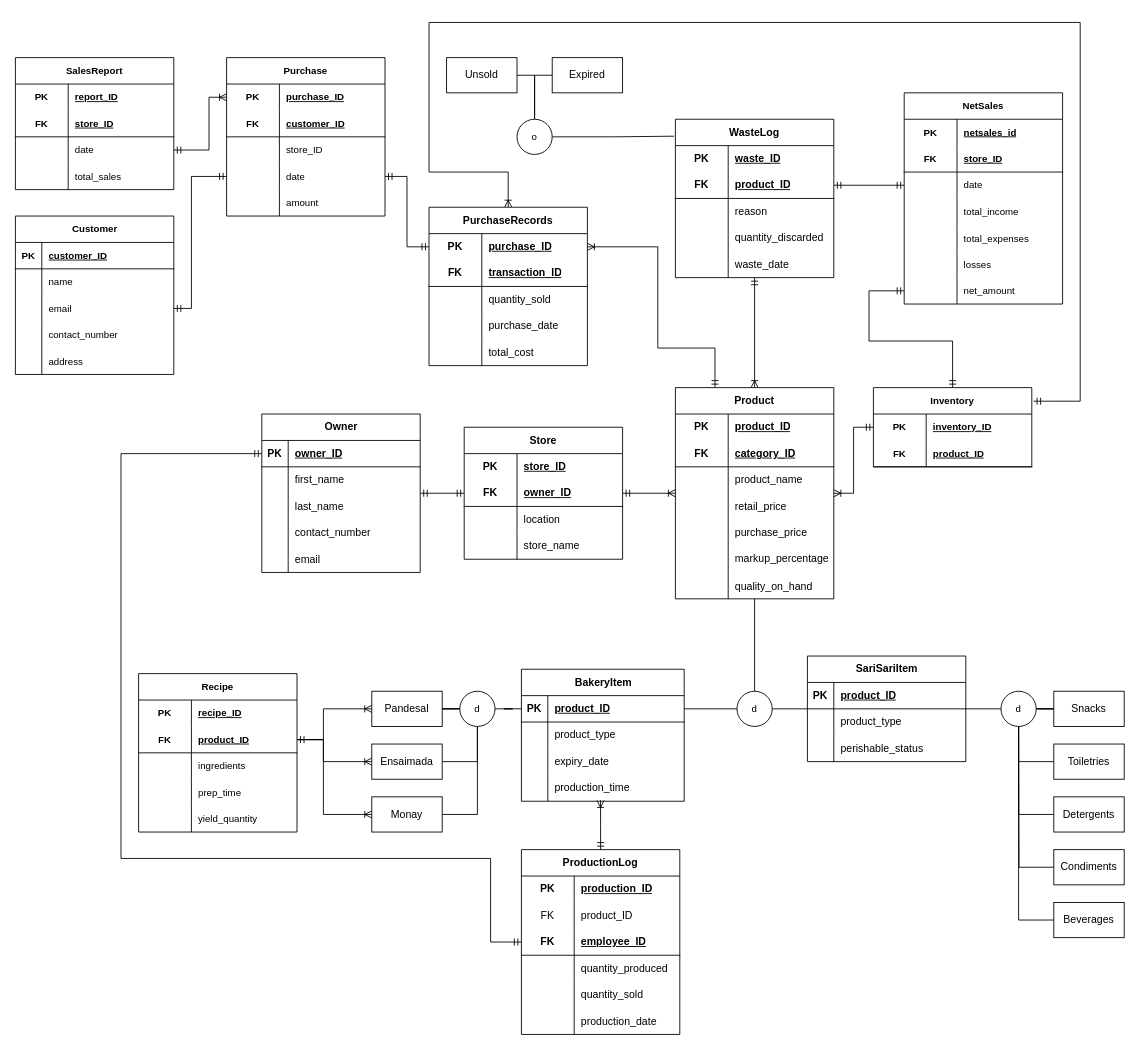
Earlier version of the draw.io diagram Reworked ERD.drawio (ConnedMaster/ITS131P). Source tidied: cells renumbered, new cells numbered last; positions are measured from the earlier drawing's top-left corner, leaving out a move shared by most shapes. Both pictures are drawn from the tidied source at 88%, with x=0, y=0 at pixel (15, 22).
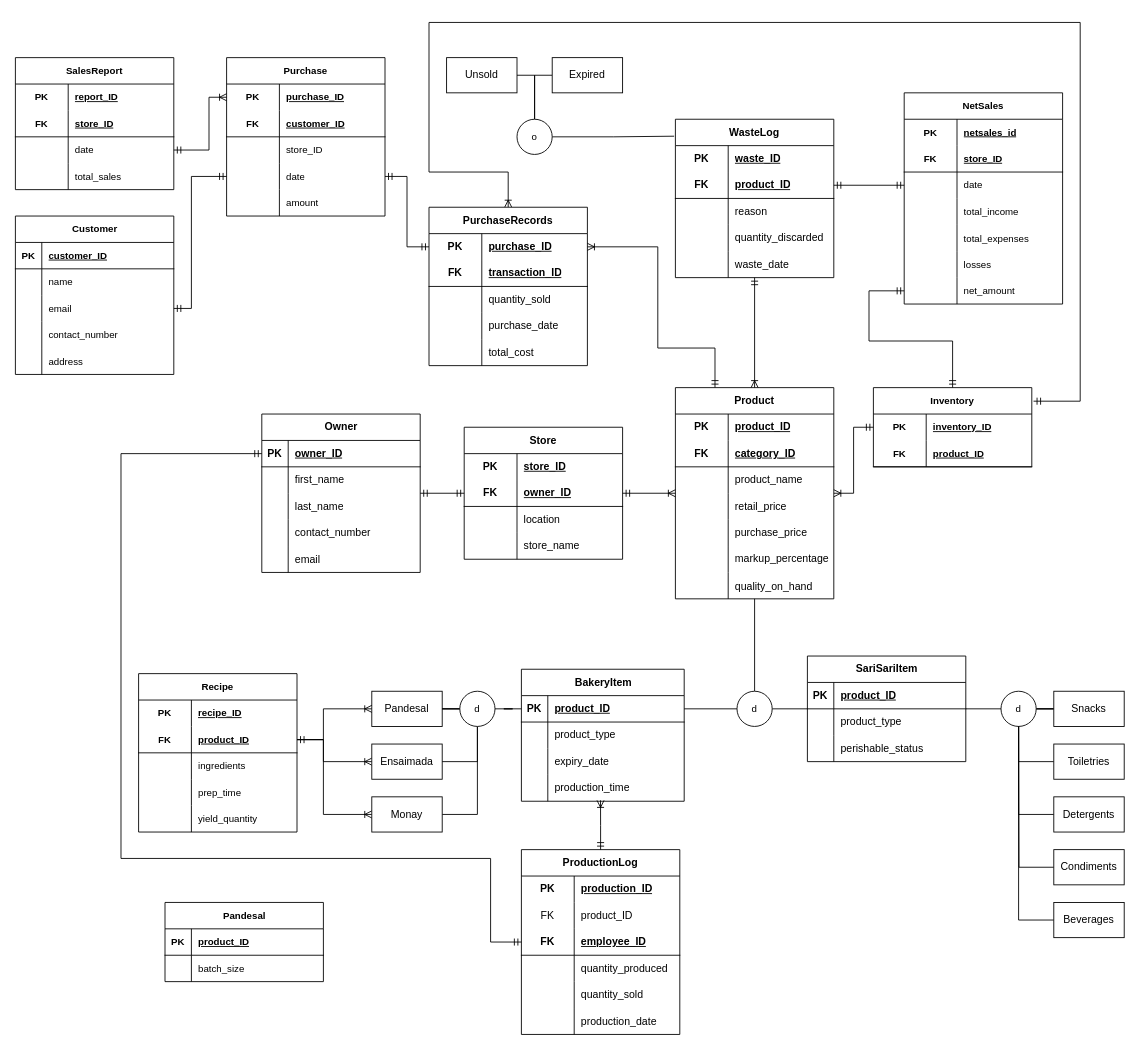
Above is the later version.

Diff of the diagram source:
```diff
@@
+    <mxCell id="263" value="Pandesal" style="shape=table;startSize=30;childLayout=tableLayout;rowLines=0;fontStyle=1;align=center;html=1;fontFamily=Helvetica;fontSize=11;fontColor=default;labelBackgroundColor=default;" parent="1" vertex="1">
+      <mxGeometry x="170" y="1000" width="180" height="90" as="geometry" />
+    </mxCell>
+    <mxCell id="264" style="shape=tableRow;horizontal=0;startSize=0;swimlaneHead=0;swimlaneBody=0;fillColor=none;top=0;left=0;right=0;bottom=1;fontFamily=Helvetica;fontSize=11;fontColor=default;labelBackgroundColor=default;" parent="263" vertex="1">
+      <mxGeometry y="30" width="180" height="30" as="geometry" />
+    </mxCell>
+    <mxCell id="265" value="PK" style="shape=partialRectangle;fillColor=none;top=0;left=0;bottom=0;right=0;fontStyle=1;overflow=hidden;whiteSpace=wrap;html=1;fontFamily=Helvetica;fontSize=11;fontColor=default;labelBackgroundColor=default;" parent="264" vertex="1">
+      <mxGeometry width="30" height="30" as="geometry" />
+    </mxCell>
+    <mxCell id="266" value="product_ID" style="shape=partialRectangle;fillColor=none;top=0;left=0;bottom=0;right=0;align=left;spacingLeft=6;fontStyle=5;overflow=hidden;whiteSpace=wrap;html=1;fontFamily=Helvetica;fontSize=11;fontColor=default;labelBackgroundColor=default;" parent="264" vertex="1">
+      <mxGeometry x="30" width="150" height="30" as="geometry" />
+    </mxCell>
+    <mxCell id="267" style="shape=tableRow;horizontal=0;startSize=0;swimlaneHead=0;swimlaneBody=0;fillColor=none;top=0;left=0;right=0;bottom=0;fontFamily=Helvetica;fontSize=11;fontColor=default;labelBackgroundColor=default;" parent="263" vertex="1">
+      <mxGeometry y="60" width="180" height="30" as="geometry" />
+    </mxCell>
+    <mxCell id="268" style="shape=partialRectangle;fillColor=none;top=0;left=0;bottom=0;right=0;overflow=hidden;whiteSpace=wrap;html=1;fontFamily=Helvetica;fontSize=11;fontColor=default;labelBackgroundColor=default;" parent="267" vertex="1">
+      <mxGeometry width="30" height="30" as="geometry" />
+    </mxCell>
+    <mxCell id="269" value="batch_size" style="shape=partialRectangle;fillColor=none;top=0;left=0;bottom=0;right=0;align=left;spacingLeft=6;overflow=hidden;whiteSpace=wrap;html=1;fontFamily=Helvetica;fontSize=11;fontColor=default;labelBackgroundColor=default;" parent="267" vertex="1">
+      <mxGeometry x="30" width="150" height="30" as="geometry" />
+    </mxCell>
```
